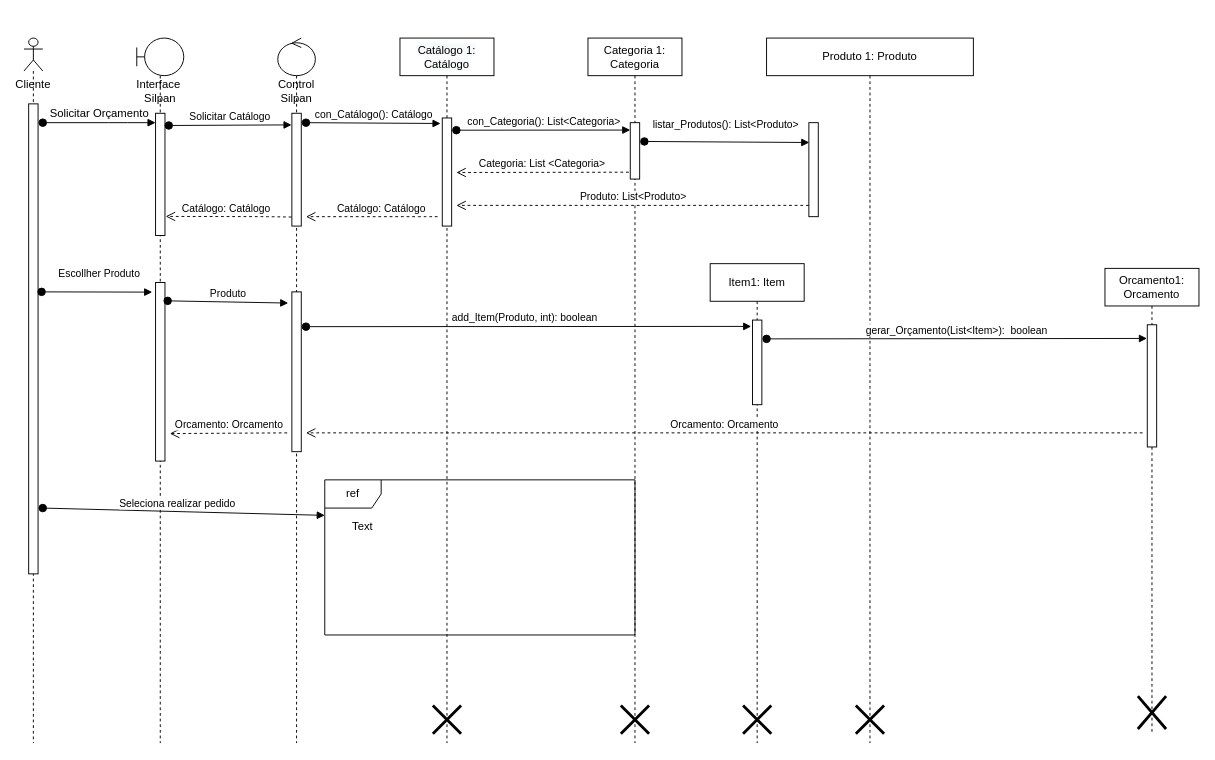
Systematicos/Silpan-AMS keeps this draw.io diagram as Diagrama de Sequencia/Diagrama de Sequência.Orcamento.drawio. Above is the earlier version. Source tidied: cells renumbered, new cells numbered last; positions are measured from the earlier drawing's top-left corner, leaving out a move shared by most shapes. Both pictures are drawn from the tidied source at 94%, with x=0, y=0 at pixel (24, 38).
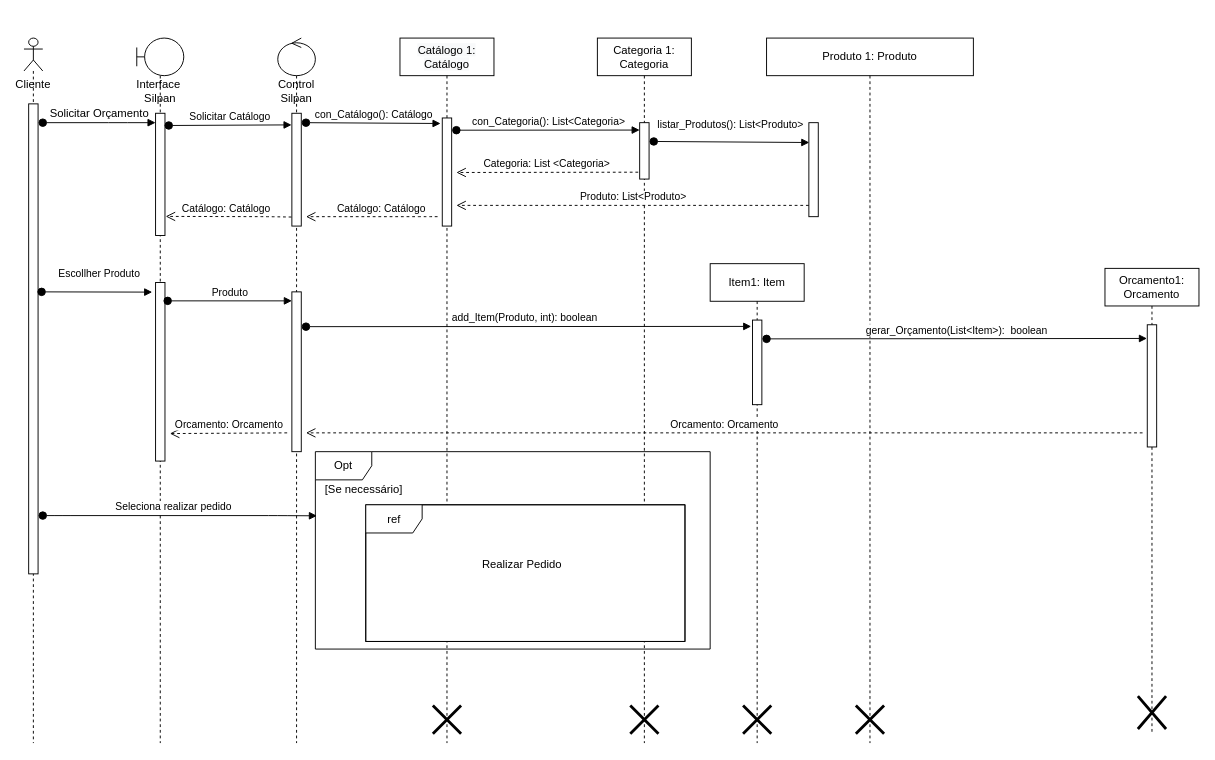
The same diagram, later.

Unchanged cells that the change refers to:
```xml
<mxCell id="13" style="html=1;points=[];perimeter=orthogonalPerimeter;" parent="11" vertex="1">
  <mxGeometry x="20" y="260" width="10" height="190" as="geometry" />
</mxCell>
<mxCell id="18" style="html=1;points=[];perimeter=orthogonalPerimeter;" parent="15" vertex="1">
  <mxGeometry x="15" y="270" width="10" height="170" as="geometry" />
</mxCell>
```

What changed in the source:
```diff
@@
     <mxCell id="2" value="Categoria 1: Categoria" style="shape=umlLifeline;perimeter=lifelinePerimeter;whiteSpace=wrap;html=1;" parent="1" vertex="1">
-      <mxGeometry x="600" width="100" height="750" as="geometry" />
+      <mxGeometry x="610" width="100" height="750" as="geometry" />
     </mxCell>
@@
-    <mxCell id="31" value="Produto" style="html=1;verticalAlign=bottom;startArrow=oval;startFill=1;endArrow=block;startSize=8;exitX=1.288;exitY=0.103;exitDx=0;exitDy=0;exitPerimeter=0;entryX=-0.388;entryY=0.07;entryDx=0;entryDy=0;entryPerimeter=0;" parent="1" edge="1" source="13" target="18">
+    <mxCell id="31" value="Produto" style="html=1;verticalAlign=bottom;startArrow=oval;startFill=1;endArrow=block;startSize=8;exitX=1.288;exitY=0.103;exitDx=0;exitDy=0;exitPerimeter=0;" parent="1" edge="1" source="13" target="18">
       <mxGeometry relative="1" as="geometry" />
     </mxCell>
@@
-    <mxCell id="41" value="Seleciona realizar pedido" style="html=1;verticalAlign=bottom;startArrow=oval;startFill=1;endArrow=block;startSize=8;entryX=0;entryY=0.229;entryDx=0;entryDy=0;entryPerimeter=0;" parent="1" edge="1" target="42">
+    <mxCell id="41" value="Seleciona realizar pedido" style="html=1;verticalAlign=bottom;startArrow=oval;startFill=1;endArrow=block;startSize=8;entryX=0.004;entryY=0.325;entryDx=0;entryDy=0;entryPerimeter=0;" parent="1" edge="1" target="46">
       <mxGeometry x="-0.04" relative="1" as="geometry">
-        <mxPoint x="20" y="500" as="sourcePoint" />
+        <mxPoint x="20" y="508" as="sourcePoint" />
+        <Array as="points">
+          <mxPoint x="40" y="508" />
+          <mxPoint x="270" y="508" />
+        </Array>
         <mxPoint x="-1" as="offset" />
       </mxGeometry>
     </mxCell>
+    <mxCell id="44" style="group;" parent="1" vertex="1">
+      <mxGeometry x="310" y="440" width="420" height="210" as="geometry" />
+    </mxCell>
+    <mxCell id="45" style="rounded=0;whiteSpace=wrap;html=1;" parent="44" vertex="1">
+      <mxGeometry x="53.6" y="56.5" width="339.6" height="145.4" as="geometry" />
+    </mxCell>
+    <mxCell id="46" value="Opt" style="shape=umlFrame;whiteSpace=wrap;html=1;" parent="44" vertex="1">
+      <mxGeometry width="420" height="210" as="geometry" />
+    </mxCell>
+    <mxCell id="47" value="[Se necessário]&amp;nbsp;" style="text;html=1;strokeColor=none;fillColor=none;align=center;verticalAlign=middle;whiteSpace=wrap;rounded=0;" parent="44" vertex="1">
+      <mxGeometry y="32.3" width="107.2" height="16.2" as="geometry" />
+    </mxCell>
-    <mxCell id="42" value="ref" style="shape=umlFrame;whiteSpace=wrap;html=1;width=60;height=30;" parent="1" vertex="1">
-      <mxGeometry x="320" y="470" width="330" height="165" as="geometry" />
+    <mxCell id="42" value="ref" style="shape=umlFrame;whiteSpace=wrap;html=1;" parent="44" vertex="1">
+      <mxGeometry x="53.6" y="56.5" width="339.6" height="145.4" as="geometry" />
     </mxCell>
-    <mxCell id="43" value="Text" style="text;html=1;align=center;verticalAlign=middle;" parent="1" vertex="1">
-      <mxGeometry x="340" y="510" width="40" height="20" as="geometry" />
-    </mxCell>
+    <mxCell id="48" value="Realizar Pedido" style="text;html=1;strokeColor=none;fillColor=none;align=center;verticalAlign=middle;whiteSpace=wrap;rounded=0;" parent="44" vertex="1">
+      <mxGeometry x="170" y="110" width="100" height="20" as="geometry" />
+    </mxCell>
```
